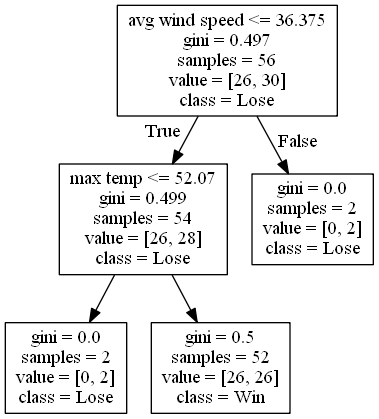
Before: DecisionTrees/decision_tree_no_score_or_attendance0.png, a diagram exported from Graphviz (alexana-steck/CSE482Project). Its source is kept beside it as DecisionTrees/decision_tree_no_score_or_attendance0.dot.
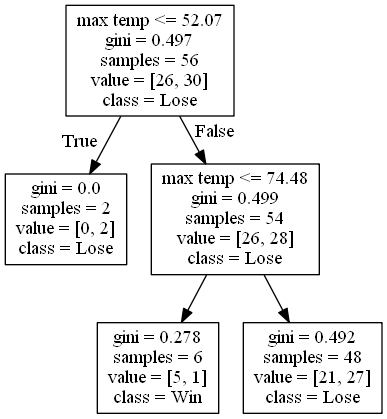
After the change.

Diff of the diagram source:
```diff
@@ -1,12 +1,12 @@
 digraph Tree {
 node [shape=box] ;
-0 [label="avg wind speed <= 36.375\ngini = 0.497\nsamples = 56\nvalue = [26, 30]\nclass = Lose"] ;
-1 [label="max temp <= 52.07\ngini = 0.499\nsamples = 54\nvalue = [26, 28]\nclass = Lose"] ;
+0 [label="max temp <= 52.07\ngini = 0.497\nsamples = 56\nvalue = [26, 30]\nclass = Lose"] ;
+1 [label="gini = 0.0\nsamples = 2\nvalue = [0, 2]\nclass = Lose"] ;
 0 -> 1 [labeldistance=2.5, labelangle=45, headlabel="True"] ;
-2 [label="gini = 0.0\nsamples = 2\nvalue = [0, 2]\nclass = Lose"] ;
-1 -> 2 ;
-3 [label="gini = 0.5\nsamples = 52\nvalue = [26, 26]\nclass = Win"] ;
-1 -> 3 ;
-4 [label="gini = 0.0\nsamples = 2\nvalue = [0, 2]\nclass = Lose"] ;
-0 -> 4 [labeldistance=2.5, labelangle=-45, headlabel="False"] ;
+2 [label="max temp <= 74.48\ngini = 0.499\nsamples = 54\nvalue = [26, 28]\nclass = Lose"] ;
+0 -> 2 [labeldistance=2.5, labelangle=-45, headlabel="False"] ;
+3 [label="gini = 0.278\nsamples = 6\nvalue = [5, 1]\nclass = Win"] ;
+2 -> 3 ;
+4 [label="gini = 0.492\nsamples = 48\nvalue = [21, 27]\nclass = Lose"] ;
+2 -> 4 ;
 }
```
